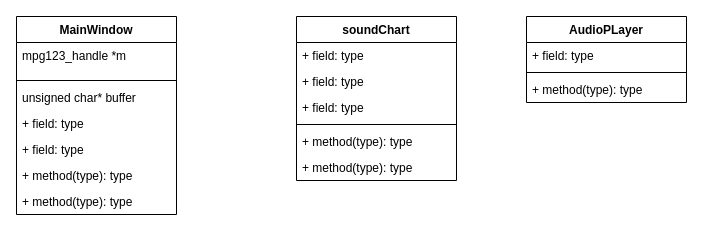
Before: Untitled Diagram.drawio in Dmitrius69/soundTest, a draw.io diagram. Source tidied: cells renumbered, new cells numbered last; positions are measured from the earlier drawing's top-left corner, leaving out a move shared by most shapes. Both pictures are drawn from the tidied source at 100%, with x=0, y=0 at pixel (16, 16).
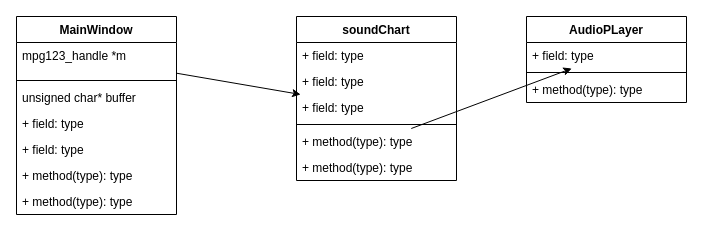
Above is the later version.

The change refers to these unchanged cells:
```xml
<mxCell id="3" value="mpg123_handle *m" style="text;strokeColor=none;fillColor=none;align=left;verticalAlign=top;spacingLeft=4;spacingRight=4;overflow=hidden;points=[[0,0.5],[1,0.5]];portConstraint=eastwest;" parent="2" vertex="1">
  <mxGeometry y="26" width="160" height="34" as="geometry" />
</mxCell>
<mxCell id="13" value="+ field: type" style="text;strokeColor=none;fillColor=none;align=left;verticalAlign=top;spacingLeft=4;spacingRight=4;overflow=hidden;points=[[0,0.5],[1,0.5]];portConstraint=eastwest;" parent="10" vertex="1">
  <mxGeometry y="78" width="160" height="26" as="geometry" />
</mxCell>
<mxCell id="15" value="+ method(type): type" style="text;strokeColor=none;fillColor=none;align=left;verticalAlign=top;spacingLeft=4;spacingRight=4;overflow=hidden;points=[[0,0.5],[1,0.5]];portConstraint=eastwest;" parent="10" vertex="1">
  <mxGeometry y="112" width="160" height="26" as="geometry" />
</mxCell>
<mxCell id="18" value="+ field: type" style="text;strokeColor=none;fillColor=none;align=left;verticalAlign=top;spacingLeft=4;spacingRight=4;overflow=hidden;points=[[0,0.5],[1,0.5]];portConstraint=eastwest;" parent="17" vertex="1">
  <mxGeometry y="26" width="160" height="26" as="geometry" />
</mxCell>
```

What changed in the source:
```diff
@@
+    <mxCell id="21" style="endArrow=classic;html=1;" parent="1" edge="1" source="3" target="13">
+      <mxGeometry relative="1" as="geometry" />
+    </mxCell>
+    <mxCell id="22" style="endArrow=classic;html=1;" parent="1" edge="1" source="15" target="18">
+      <mxGeometry relative="1" as="geometry" />
+    </mxCell>
```
